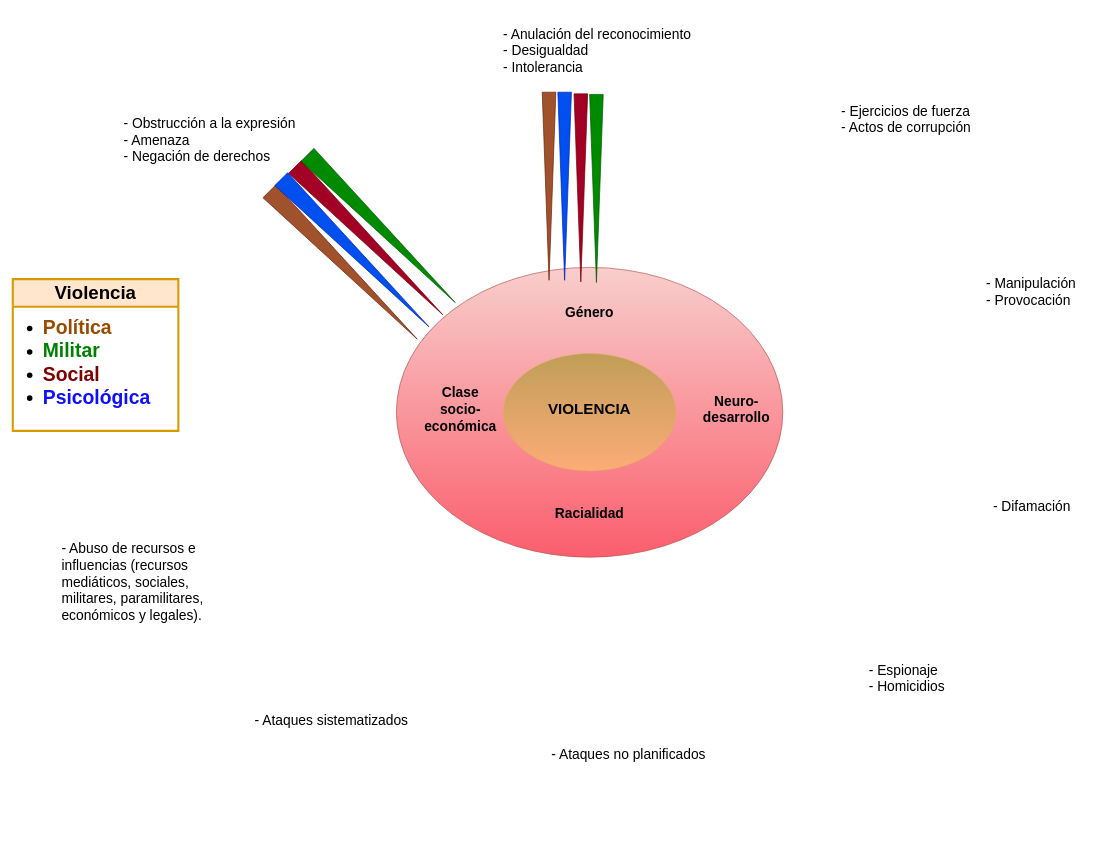
The draw.io diagram Diagrama sin título.drawio in GustavoRoAn/indicadores_de_violencia, before the edit. Source tidied: cells renumbered, new cells numbered last; positions are measured from the earlier drawing's top-left corner, leaving out a move shared by most shapes. Both pictures are drawn from the tidied source at 69%, with x=0, y=0 at pixel (12, 12).
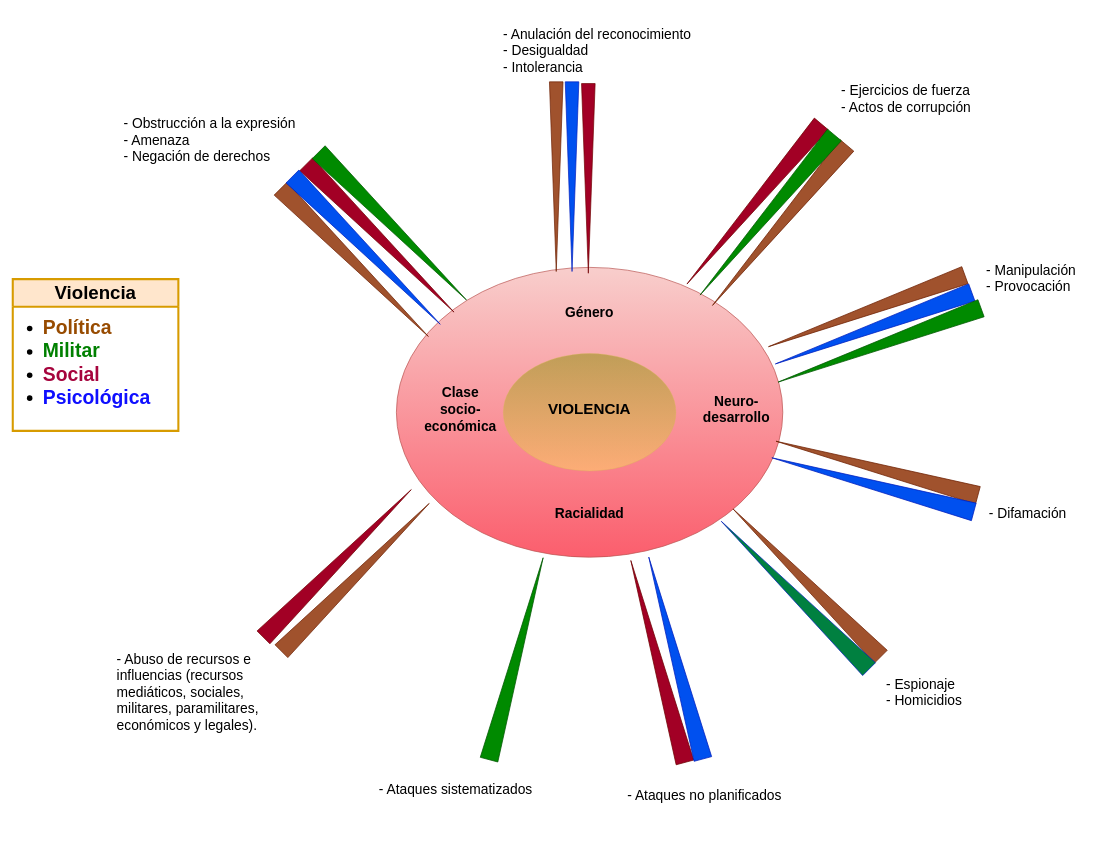
Above is the later version.

Unchanged cells that the change refers to:
```xml
<mxCell id="29" value="&lt;font style=&quot;font-size: 27px;&quot;&gt;Violencia&lt;/font&gt;" style="swimlane;whiteSpace=wrap;html=1;strokeColor=#d79b00;fontFamily=Helvetica;fontSize=12;fillColor=#ffe6cc;startSize=40;swimlaneFillColor=none;strokeWidth=3;" parent="1" vertex="1">
  <mxGeometry y="387" width="240" height="220" as="geometry" />
</mxCell>
```

What changed in the source:
```diff
@@
-    <mxCell id="3" style="group;rotation=90;" parent="1" vertex="1">
-      <mxGeometry x="392.8" y="203.8" width="288.9" height="280" as="geometry" />
-    </mxCell>
-    <mxCell id="4" style="triangle;whiteSpace=wrap;html=1;rotation=45;fillColor=#a0522d;fontColor=#ffffff;strokeColor=#6D1F00;" parent="3" vertex="1">
-      <mxGeometry x="-65.2" y="149.9" width="302.9" height="26.3" as="geometry" />
-    </mxCell>
-    <mxCell id="5" style="triangle;whiteSpace=wrap;html=1;rotation=45;fillColor=#a20025;fontColor=#ffffff;strokeColor=#6F0000;" parent="3" vertex="1">
-      <mxGeometry x="-28.1" y="114.6" width="302.9" height="26.3" as="geometry" />
-    </mxCell>
-    <mxCell id="6" style="triangle;whiteSpace=wrap;html=1;rotation=45;fillColor=#0050ef;fontColor=#ffffff;strokeColor=#001DBC;" parent="3" vertex="1">
-      <mxGeometry x="-48" y="132.2" width="302.9" height="26.3" as="geometry" />
-    </mxCell>
-    <mxCell id="7" style="triangle;whiteSpace=wrap;html=1;rotation=45;fillColor=#008a00;fontColor=#ffffff;strokeColor=#005700;" parent="3" vertex="1">
-      <mxGeometry x="-10" y="97" width="302.9" height="26.3" as="geometry" />
-    </mxCell>
@@
     <mxCell id="17" value="&lt;div align=&quot;left&quot;&gt;&lt;font style=&quot;font-size: 20px;&quot;&gt;- Ejercicios de fuerza&lt;/font&gt;&lt;/div&gt;&lt;div align=&quot;left&quot;&gt;&lt;font style=&quot;font-size: 20px;&quot;&gt;- Actos de corrupción&lt;br&gt;&lt;/font&gt;&lt;/div&gt;" style="text;strokeColor=none;align=left;fillColor=none;html=1;verticalAlign=middle;whiteSpace=wrap;rounded=0;fontSize=12;fontFamily=Helvetica;fontColor=default;" parent="1" vertex="1">
-      <mxGeometry x="1199" y="100" width="270" height="110" as="geometry" />
+      <mxGeometry x="1199" y="70" width="270" height="110" as="geometry" />
     </mxCell>
-    <mxCell id="18" value="&lt;div align=&quot;left&quot;&gt;&lt;font style=&quot;font-size: 20px;&quot;&gt;- Manipulación&lt;/font&gt;&lt;/div&gt;&lt;div align=&quot;left&quot;&gt;&lt;font style=&quot;font-size: 20px;&quot;&gt;- Provocación&lt;br&gt;&lt;/font&gt;&lt;/div&gt;" style="text;strokeColor=none;align=left;fillColor=none;html=1;verticalAlign=middle;whiteSpace=wrap;rounded=0;fontSize=12;fontFamily=Helvetica;fontColor=default;" parent="1" vertex="1">
-      <mxGeometry x="1409" y="350" width="160" height="110" as="geometry" />
-    </mxCell>
     <mxCell id="19" value="&lt;div align=&quot;left&quot;&gt;&lt;font style=&quot;font-size: 20px;&quot;&gt;- Difamación&lt;br&gt;&lt;/font&gt;&lt;/div&gt;" style="text;strokeColor=none;align=left;fillColor=none;html=1;verticalAlign=middle;whiteSpace=wrap;rounded=0;fontSize=12;fontFamily=Helvetica;fontColor=default;" parent="1" vertex="1">
-      <mxGeometry x="1419" y="660" width="150" height="110" as="geometry" />
+      <mxGeometry x="1412.7" y="670" width="150" height="110" as="geometry" />
     </mxCell>
     <mxCell id="20" value="&lt;div align=&quot;left&quot;&gt;&lt;font style=&quot;font-size: 20px;&quot;&gt;- Espionaje&lt;/font&gt;&lt;/div&gt;&lt;div align=&quot;left&quot;&gt;&lt;font style=&quot;font-size: 20px;&quot;&gt;- Homicidios&lt;br&gt;&lt;/font&gt;&lt;/div&gt;" style="text;strokeColor=none;align=left;fillColor=none;html=1;verticalAlign=middle;whiteSpace=wrap;rounded=0;fontSize=12;fontFamily=Helvetica;fontColor=default;" parent="1" vertex="1">
-      <mxGeometry x="1239" y="910" width="140" height="110" as="geometry" />
+      <mxGeometry x="1264" y="930" width="140" height="110" as="geometry" />
     </mxCell>
     <mxCell id="21" value="&lt;div align=&quot;left&quot;&gt;&lt;font style=&quot;font-size: 20px;&quot;&gt;- Ataques no planificados&lt;br&gt;&lt;/font&gt;&lt;/div&gt;" style="text;strokeColor=none;align=left;fillColor=none;html=1;verticalAlign=middle;whiteSpace=wrap;rounded=0;fontSize=12;fontFamily=Helvetica;fontColor=default;" parent="1" vertex="1">
-      <mxGeometry x="779" y="1020" width="230" height="110" as="geometry" />
+      <mxGeometry x="889" y="1080" width="230" height="110" as="geometry" />
     </mxCell>
     <mxCell id="22" value="&lt;div align=&quot;left&quot;&gt;&lt;font style=&quot;font-size: 20px;&quot;&gt;- Ataques sistematizados&lt;br&gt;&lt;/font&gt;&lt;/div&gt;" style="text;strokeColor=none;align=left;fillColor=none;html=1;verticalAlign=middle;whiteSpace=wrap;rounded=0;fontSize=12;fontFamily=Helvetica;fontColor=default;" parent="1" vertex="1">
-      <mxGeometry x="349" y="970" width="240" height="110" as="geometry" />
+      <mxGeometry x="529" y="1070" width="240" height="110" as="geometry" />
     </mxCell>
     <mxCell id="23" value="&lt;div align=&quot;left&quot;&gt;&lt;font style=&quot;font-size: 20px;&quot;&gt;- Abuso de recursos e influencias (recursos mediáticos, sociales, militares, paramilitares, económicos y legales).&lt;br&gt;&lt;/font&gt;&lt;/div&gt;" style="text;strokeColor=none;align=left;fillColor=none;html=1;verticalAlign=middle;whiteSpace=wrap;rounded=0;fontSize=12;fontFamily=Helvetica;fontColor=default;" parent="1" vertex="1">
-      <mxGeometry x="69" y="770" width="230" height="110" as="geometry" />
+      <mxGeometry x="149" y="930" width="230" height="110" as="geometry" />
     </mxCell>
     <mxCell id="24" style="group;rotation=-225;" parent="1" vertex="1">
-      <mxGeometry x="739" y="203.8" width="260" height="210" as="geometry" />
+      <mxGeometry x="744.2" y="188.4" width="262.2" height="210" as="geometry" />
     </mxCell>
     <mxCell id="25" style="triangle;whiteSpace=wrap;html=1;rotation=-270;fillColor=#a0522d;fontColor=#ffffff;strokeColor=#6D1F00;" parent="24" vertex="1">
-      <mxGeometry x="-98.1" y="38.8" width="272.6" height="19.7" as="geometry" />
+      <mxGeometry x="-94" y="40.3" width="274.9" height="19.7" as="geometry" />
     </mxCell>
     <mxCell id="26" style="triangle;whiteSpace=wrap;html=1;rotation=-270;fillColor=#a20025;fontColor=#ffffff;strokeColor=#6F0000;" parent="24" vertex="1">
-      <mxGeometry x="-52" y="41.2" width="272.6" height="19.7" as="geometry" />
+      <mxGeometry x="-47.5" y="42.8" width="274.9" height="19.7" as="geometry" />
     </mxCell>
     <mxCell id="27" style="triangle;whiteSpace=wrap;html=1;rotation=-270;fillColor=#0050ef;fontColor=#ffffff;strokeColor=#001DBC;" parent="24" vertex="1">
-      <mxGeometry x="-75.5" y="38.8" width="272.6" height="19.7" as="geometry" />
+      <mxGeometry x="-71.1" y="40.3" width="274.9" height="19.7" as="geometry" />
     </mxCell>
-    <mxCell id="28" style="triangle;whiteSpace=wrap;html=1;rotation=-270;fillColor=#008a00;fontColor=#ffffff;strokeColor=#005700;" parent="24" vertex="1">
-      <mxGeometry x="-29.4" y="42" width="272.6" height="19.7" as="geometry" />
-    </mxCell>
@@
-    <mxCell id="30" value="&lt;ul style=&quot;font-size: 28px;&quot;&gt;&lt;li&gt;&lt;b&gt;&lt;font style=&quot;font-size: 28px;&quot; color=&quot;#974b00&quot;&gt;Política&lt;/font&gt;&lt;/b&gt;&lt;/li&gt;&lt;li&gt;&lt;b&gt;&lt;font style=&quot;font-size: 28px;&quot; color=&quot;#008000&quot;&gt;Militar&lt;/font&gt;&lt;/b&gt;&lt;/li&gt;&lt;li&gt;&lt;b&gt;&lt;font style=&quot;font-size: 28px;&quot; color=&quot;#800000&quot;&gt;Social&lt;/font&gt;&lt;/b&gt;&lt;/li&gt;&lt;li&gt;&lt;b&gt;&lt;font style=&quot;font-size: 28px;&quot; color=&quot;#0f0fff&quot;&gt;Psicológica&lt;br&gt;&lt;/font&gt;&lt;/b&gt;&lt;/li&gt;&lt;/ul&gt;" style="text;strokeColor=none;align=left;fillColor=none;html=1;verticalAlign=middle;whiteSpace=wrap;rounded=0;fontSize=12;fontFamily=Helvetica;fontColor=default;" parent="29" vertex="1">
+    <mxCell id="30" value="&lt;ul style=&quot;font-size: 28px;&quot;&gt;&lt;li&gt;&lt;b&gt;&lt;font style=&quot;font-size: 28px;&quot; color=&quot;#974b00&quot;&gt;Política&lt;/font&gt;&lt;/b&gt;&lt;/li&gt;&lt;li&gt;&lt;b&gt;&lt;font style=&quot;font-size: 28px;&quot; color=&quot;#008000&quot;&gt;Militar&lt;/font&gt;&lt;/b&gt;&lt;/li&gt;&lt;li&gt;&lt;font color=&quot;#a6043d&quot;&gt;&lt;b&gt;&lt;font style=&quot;font-size: 28px;&quot;&gt;Social&lt;/font&gt;&lt;/b&gt;&lt;/font&gt;&lt;/li&gt;&lt;li&gt;&lt;b&gt;&lt;font style=&quot;font-size: 28px;&quot; color=&quot;#0f0fff&quot;&gt;Psicológica&lt;br&gt;&lt;/font&gt;&lt;/b&gt;&lt;/li&gt;&lt;/ul&gt;" style="text;strokeColor=none;align=left;fillColor=none;html=1;verticalAlign=middle;whiteSpace=wrap;rounded=0;fontSize=12;fontFamily=Helvetica;fontColor=default;" parent="29" vertex="1">
       <mxGeometry x="2" y="61" width="230" height="120" as="geometry" />
     </mxCell>
+    <mxCell id="31" style="group;rotation=-30;" parent="1" vertex="1">
+      <mxGeometry x="1069" y="570" width="288.9" height="280" as="geometry" />
+    </mxCell>
+    <mxCell id="32" style="triangle;whiteSpace=wrap;html=1;rotation=-525;fillColor=#a0522d;fontColor=#ffffff;strokeColor=#6D1F00;" parent="31" vertex="1">
+      <mxGeometry x="32" y="78" width="302.9" height="26.3" as="geometry" />
+    </mxCell>
+    <mxCell id="33" style="triangle;whiteSpace=wrap;html=1;rotation=-525;fillColor=#0050ef;fontColor=#ffffff;strokeColor=#001DBC;" parent="31" vertex="1">
+      <mxGeometry x="26" y="102" width="302.9" height="26.3" as="geometry" />
+    </mxCell>
+    <mxCell id="34" style="group;rotation=90;" parent="1" vertex="1">
+      <mxGeometry x="409" y="200" width="288.9" height="280" as="geometry" />
+    </mxCell>
+    <mxCell id="4" style="triangle;whiteSpace=wrap;html=1;rotation=45;fillColor=#a0522d;fontColor=#ffffff;strokeColor=#6D1F00;" parent="34" vertex="1">
+      <mxGeometry x="-65.2" y="149.9" width="302.9" height="26.3" as="geometry" />
+    </mxCell>
+    <mxCell id="5" style="triangle;whiteSpace=wrap;html=1;rotation=45;fillColor=#a20025;fontColor=#ffffff;strokeColor=#6F0000;" parent="34" vertex="1">
+      <mxGeometry x="-28.1" y="114.6" width="302.9" height="26.3" as="geometry" />
+    </mxCell>
+    <mxCell id="6" style="triangle;whiteSpace=wrap;html=1;rotation=45;fillColor=#0050ef;fontColor=#ffffff;strokeColor=#001DBC;" parent="34" vertex="1">
+      <mxGeometry x="-48" y="132.2" width="302.9" height="26.3" as="geometry" />
+    </mxCell>
+    <mxCell id="7" style="triangle;whiteSpace=wrap;html=1;rotation=45;fillColor=#008a00;fontColor=#ffffff;strokeColor=#005700;" parent="34" vertex="1">
+      <mxGeometry x="-10" y="97" width="302.9" height="26.3" as="geometry" />
+    </mxCell>
+    <mxCell id="35" style="group;rotation=-30;" parent="1" vertex="1">
+      <mxGeometry x="609" y="780" width="288.9" height="280" as="geometry" />
+    </mxCell>
+    <mxCell id="36" style="triangle;whiteSpace=wrap;html=1;rotation=-75;fillColor=#008a00;fontColor=#ffffff;strokeColor=#005700;" parent="35" vertex="1">
+      <mxGeometry x="-31" y="144" width="302.9" height="26.3" as="geometry" />
+    </mxCell>
+    <mxCell id="37" style="group;rotation=0;" parent="1" vertex="1">
+      <mxGeometry x="329" y="620" width="288.9" height="280" as="geometry" />
+    </mxCell>
+    <mxCell id="38" style="triangle;whiteSpace=wrap;html=1;rotation=-45;fillColor=#a0522d;fontColor=#ffffff;strokeColor=#6D1F00;" parent="37" vertex="1">
+      <mxGeometry x="16" y="186" width="302.9" height="26.3" as="geometry" />
+    </mxCell>
+    <mxCell id="39" style="triangle;whiteSpace=wrap;html=1;rotation=-45;fillColor=#a20025;fontColor=#ffffff;strokeColor=#6F0000;" parent="37" vertex="1">
+      <mxGeometry x="-10" y="166" width="302.9" height="26.3" as="geometry" />
+    </mxCell>
+    <mxCell id="18" value="&lt;div align=&quot;left&quot;&gt;&lt;font style=&quot;font-size: 20px;&quot;&gt;- Manipulación&lt;/font&gt;&lt;/div&gt;&lt;div align=&quot;left&quot;&gt;&lt;font style=&quot;font-size: 20px;&quot;&gt;- Provocación&lt;br&gt;&lt;/font&gt;&lt;/div&gt;" style="text;strokeColor=none;align=left;fillColor=none;html=1;verticalAlign=middle;whiteSpace=wrap;rounded=0;fontSize=12;fontFamily=Helvetica;fontColor=default;" parent="1" vertex="1">
+      <mxGeometry x="1409" y="330" width="160" height="110" as="geometry" />
+    </mxCell>
+    <mxCell id="40" style="group;rotation=-90;" parent="1" vertex="1">
+      <mxGeometry x="948.5" y="710" width="288.9" height="350" as="geometry" />
+    </mxCell>
+    <mxCell id="41" style="triangle;whiteSpace=wrap;html=1;rotation=-135;fillColor=#a0522d;fontColor=#ffffff;strokeColor=#6D1F00;" parent="40" vertex="1">
+      <mxGeometry x="51" y="104" width="302.9" height="26.3" as="geometry" />
+    </mxCell>
+    <mxCell id="42" style="triangle;whiteSpace=wrap;html=1;rotation=-135;fillColor=#008040;fontColor=#ffffff;strokeColor=#001DBC;" parent="40" vertex="1">
+      <mxGeometry x="34" y="122" width="302.9" height="26.3" as="geometry" />
+    </mxCell>
+    <mxCell id="43" style="group;rotation=-60;" parent="40" vertex="1">
+      <mxGeometry x="-170" y="70" width="288.9" height="280" as="geometry" />
+    </mxCell>
+    <mxCell id="44" style="triangle;whiteSpace=wrap;html=1;rotation=-105;fillColor=#a20025;fontColor=#ffffff;strokeColor=#6F0000;" parent="43" vertex="1">
+      <mxGeometry x="5" y="148" width="302.9" height="26.3" as="geometry" />
+    </mxCell>
+    <mxCell id="45" style="triangle;whiteSpace=wrap;html=1;rotation=-105;fillColor=#0050ef;fontColor=#ffffff;strokeColor=#001DBC;" parent="43" vertex="1">
+      <mxGeometry x="31" y="143" width="302.9" height="26.3" as="geometry" />
+    </mxCell>
+    <mxCell id="46" style="group;rotation=-155;" parent="1" vertex="1">
+      <mxGeometry x="1090.1" y="357" width="322.6" height="280" as="geometry" />
+    </mxCell>
+    <mxCell id="47" style="triangle;whiteSpace=wrap;html=1;rotation=-200;fillColor=#a0522d;fontColor=#ffffff;strokeColor=#6D1F00;" parent="46" vertex="1">
+      <mxGeometry x="-4" y="63" width="302.9" height="26.3" as="geometry" />
+    </mxCell>
+    <mxCell id="48" style="triangle;whiteSpace=wrap;html=1;rotation=-200;fillColor=#0050ef;fontColor=#ffffff;strokeColor=#001DBC;" parent="46" vertex="1">
+      <mxGeometry x="6" y="88" width="302.9" height="26.3" as="geometry" />
+    </mxCell>
+    <mxCell id="49" style="triangle;whiteSpace=wrap;html=1;rotation=-200;fillColor=#008a00;fontColor=#ffffff;strokeColor=#005700;" parent="46" vertex="1">
+      <mxGeometry x="9.7" y="112.6" width="312.9" height="26.3" as="geometry" />
+    </mxCell>
+    <mxCell id="50" style="group;rotation=-5;" parent="1" vertex="1">
+      <mxGeometry x="959" y="160" width="267.8" height="266.8" as="geometry" />
+    </mxCell>
+    <mxCell id="51" style="triangle;whiteSpace=wrap;html=1;rotation=-230;fillColor=#a0522d;fontColor=#ffffff;strokeColor=#6D1F00;" parent="50" vertex="1">
+      <mxGeometry x="1" y="136" width="302.9" height="26.3" as="geometry" />
+    </mxCell>
+    <mxCell id="52" style="triangle;whiteSpace=wrap;html=1;rotation=-230;fillColor=#a20025;fontColor=#ffffff;strokeColor=#6F0000;" parent="50" vertex="1">
+      <mxGeometry x="-36" y="105" width="302.9" height="26.3" as="geometry" />
+    </mxCell>
+    <mxCell id="53" style="triangle;whiteSpace=wrap;html=1;rotation=-230;fillColor=#008a00;fontColor=#ffffff;strokeColor=#005700;" parent="50" vertex="1">
+      <mxGeometry x="-17" y="121" width="302.9" height="26.3" as="geometry" />
+    </mxCell>
```
